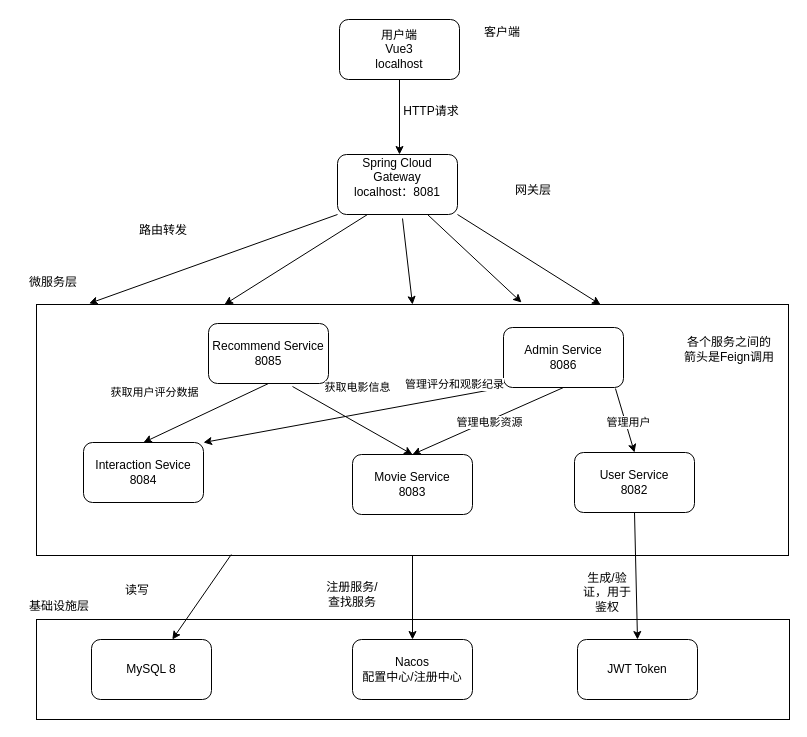
XULINGLAN-123/remote-repo keeps this draw.io diagram as page "第 1 页" (1 of 2) of 架构图.drawio. Above is the earlier version. Source tidied: cells renumbered, new cells numbered last; positions are measured from the earlier drawing's top-left corner, leaving out a move shared by most shapes. Both pictures are drawn from the tidied source at 100%, with x=0, y=0 at pixel (17, 17).
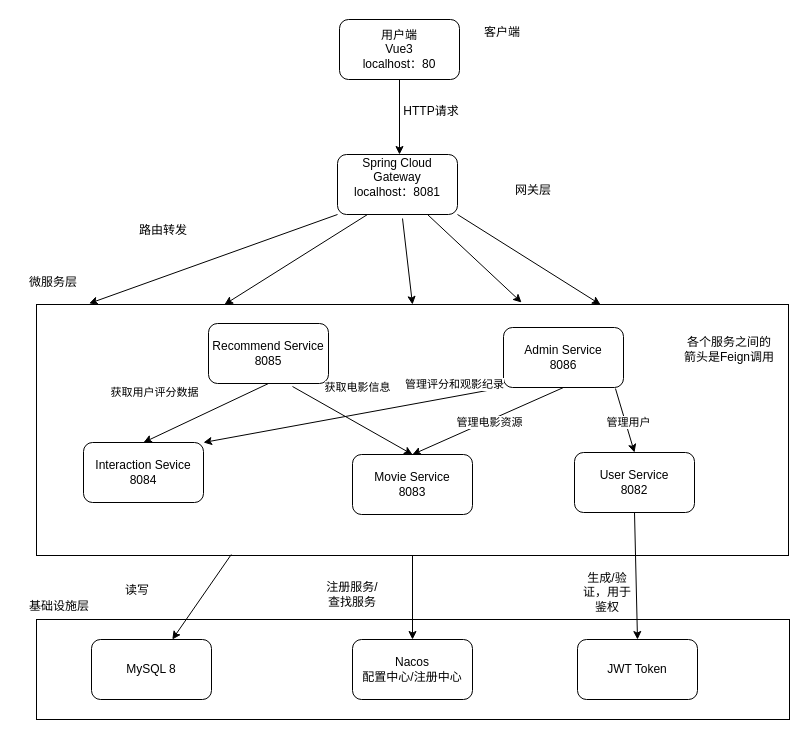
The same page after the edit.

Commit message:
已添加 架构图.drawio

Diff of the diagram source:
```diff
@@
-    <mxCell id="2" value="用户端&lt;div&gt;Vue3&lt;/div&gt;&lt;div&gt;localhost&lt;/div&gt;" style="rounded=1;whiteSpace=wrap;html=1;" parent="1" vertex="1">
+    <mxCell id="2" value="用户端&lt;div&gt;Vue3&lt;/div&gt;&lt;div&gt;localhost：80&lt;/div&gt;" style="rounded=1;whiteSpace=wrap;html=1;" parent="1" vertex="1">
       <mxGeometry x="322" y="2" width="120" height="60" as="geometry" />
     </mxCell>
```
